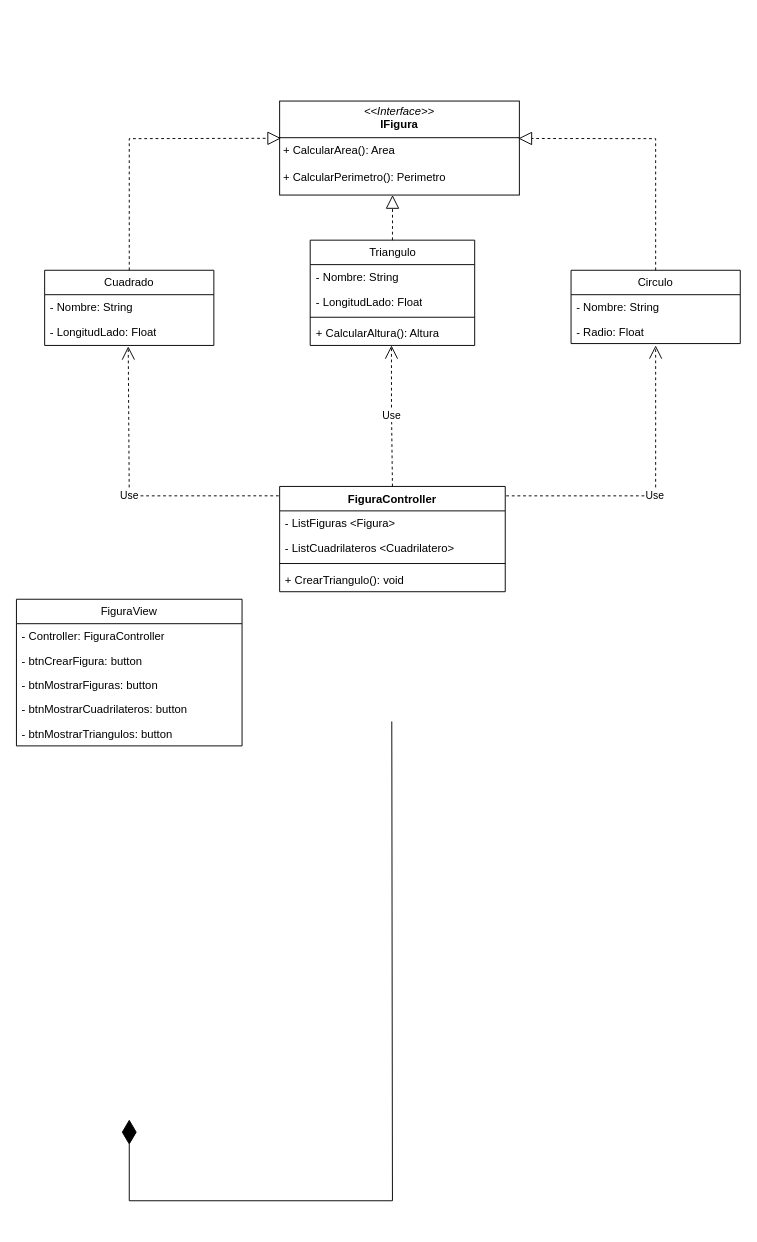
Earlier version of the draw.io diagram Copia de Diagrama sin título.drawio (Francisco-Galea/Diagramas-y-Otros). Source tidied: cells renumbered, new cells numbered last; positions are measured from the earlier drawing's top-left corner, leaving out a move shared by most shapes. Both pictures are drawn from the tidied source at 94%, with x=0, y=0 at pixel (16, 101).
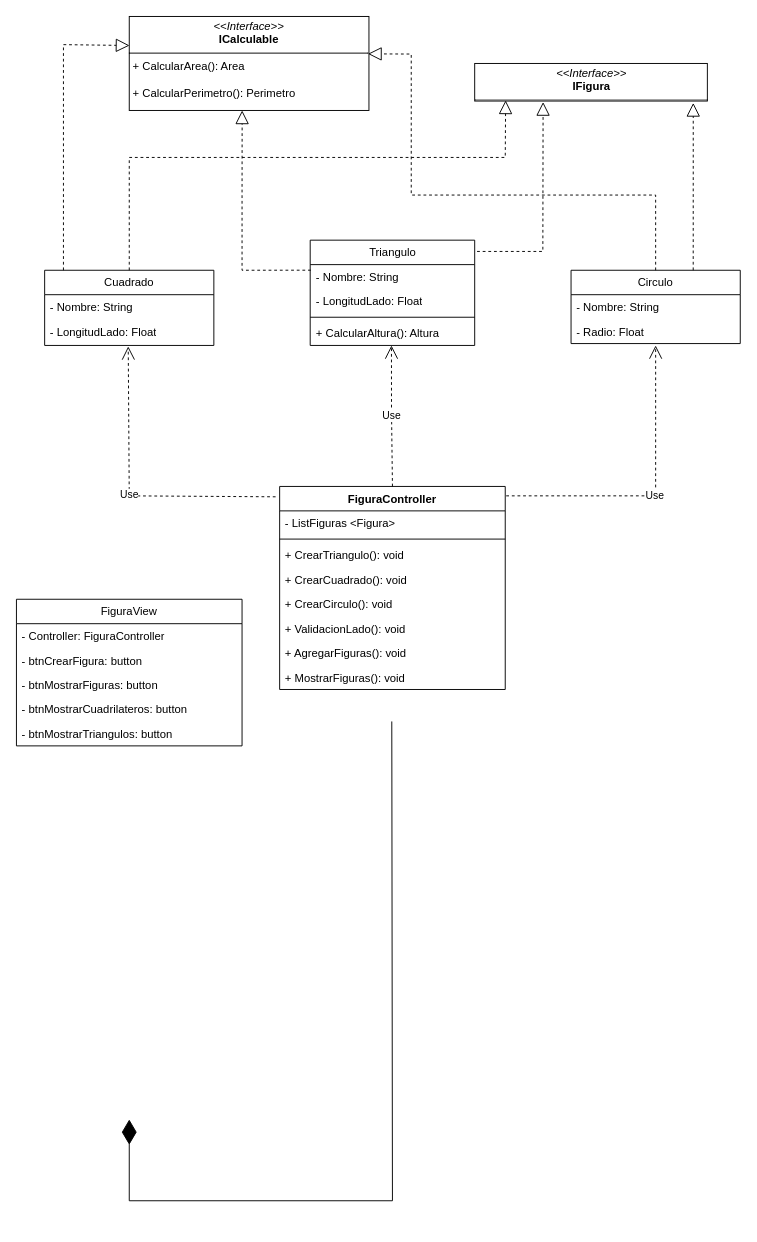
The same diagram, later.

Commit message:
Diseño Figuras EDI3

The change refers to these unchanged cells:
```xml
<mxCell id="2" value="Cuadrado" style="swimlane;fontStyle=0;horizontal=1;startSize=26;fillColor=none;whiteSpace=wrap;html=1;" parent="1" vertex="1">
  <mxGeometry x="30" y="180" width="180" height="80" as="geometry" />
</mxCell>
<mxCell id="5" value="&lt;div&gt;&lt;br&gt;&lt;/div&gt;" style="text;strokeColor=none;fillColor=none;align=left;verticalAlign=top;spacingLeft=4;spacingRight=4;overflow=hidden;points=[[0,0.5],[1,0.5]];portConstraint=eastwest;whiteSpace=wrap;html=1;" parent="2" vertex="1">
  <mxGeometry y="78" width="180" height="2" as="geometry" />
</mxCell>
<mxCell id="6" value="Triangulo" style="swimlane;fontStyle=0;horizontal=1;startSize=26;fillColor=none;whiteSpace=wrap;html=1;" parent="1" vertex="1">
  <mxGeometry x="312.5" y="148" width="175" height="112" as="geometry" />
</mxCell>
<mxCell id="7" value="- Nombre&lt;span style=&quot;background-color: initial;&quot;&gt;: String&lt;/span&gt;&lt;div&gt;&lt;div&gt;&lt;br&gt;&lt;/div&gt;&lt;/div&gt;" style="text;strokeColor=none;fillColor=none;align=left;verticalAlign=top;spacingLeft=4;spacingRight=4;overflow=hidden;points=[[0,0.5],[1,0.5]];portConstraint=eastwest;whiteSpace=wrap;html=1;" parent="6" vertex="1">
  <mxGeometry y="26" width="175" height="26" as="geometry" />
</mxCell>
<mxCell id="11" value="Circulo" style="swimlane;fontStyle=0;horizontal=1;startSize=26;fillColor=none;whiteSpace=wrap;html=1;" parent="1" vertex="1">
  <mxGeometry x="590" y="180" width="180" height="78" as="geometry" />
</mxCell>
```

Diff of the diagram source:
```diff
@@
-    <mxCell id="14" value="&lt;p style=&quot;margin:0px;margin-top:4px;text-align:center;&quot;&gt;&lt;i&gt;&amp;lt;&amp;lt;Interface&amp;gt;&amp;gt;&lt;/i&gt;&lt;br&gt;&lt;b&gt;IFigura&lt;/b&gt;&lt;/p&gt;&lt;hr size=&quot;1&quot; style=&quot;border-style:solid;&quot;&gt;&lt;p style=&quot;margin:0px;margin-left:4px;&quot;&gt;+ CalcularArea(): Area&lt;/p&gt;&lt;p style=&quot;margin:0px;margin-left:4px;&quot;&gt;&amp;nbsp;&lt;br&gt;+ CalcularPerimetro(): Perimetro&lt;/p&gt;" style="verticalAlign=top;align=left;overflow=fill;html=1;whiteSpace=wrap;" parent="1" vertex="1">
-      <mxGeometry x="280" width="255" height="100" as="geometry" />
+    <mxCell id="14" value="&lt;p style=&quot;margin:0px;margin-top:4px;text-align:center;&quot;&gt;&lt;i&gt;&amp;lt;&amp;lt;Interface&amp;gt;&amp;gt;&lt;/i&gt;&lt;br&gt;&lt;b&gt;ICalculable&lt;/b&gt;&lt;/p&gt;&lt;hr size=&quot;1&quot; style=&quot;border-style:solid;&quot;&gt;&lt;p style=&quot;margin:0px;margin-left:4px;&quot;&gt;+ CalcularArea(): Area&lt;/p&gt;&lt;p style=&quot;margin:0px;margin-left:4px;&quot;&gt;&amp;nbsp;&lt;br&gt;+ CalcularPerimetro(): Perimetro&lt;/p&gt;" style="verticalAlign=top;align=left;overflow=fill;html=1;whiteSpace=wrap;" parent="1" vertex="1">
+      <mxGeometry x="120" y="-90" width="255" height="100" as="geometry" />
     </mxCell>
-    <mxCell id="15" style="endArrow=block;dashed=1;endFill=0;endSize=12;html=1;rounded=0;entryX=0.471;entryY=1;entryDx=0;entryDy=0;exitX=0.5;exitY=0;exitDx=0;exitDy=0;entryPerimeter=0;" parent="1" edge="1" source="6" target="14">
-      <mxGeometry relative="1" as="geometry" />
+    <mxCell id="15" style="endArrow=block;dashed=1;endFill=0;endSize=12;html=1;rounded=0;entryX=0.471;entryY=1;entryDx=0;entryDy=0;exitX=0.004;exitY=0.228;exitDx=0;exitDy=0;entryPerimeter=0;exitPerimeter=0;" parent="1" edge="1" source="7" target="14">
+      <mxGeometry relative="1" as="geometry">
+        <Array as="points">
+          <mxPoint x="240" y="180" />
+          <mxPoint x="240" y="100" />
+        </Array>
+      </mxGeometry>
     </mxCell>
-    <mxCell id="16" style="endArrow=block;dashed=1;endFill=0;endSize=12;html=1;rounded=0;entryX=0.006;entryY=0.396;entryDx=0;entryDy=0;entryPerimeter=0;" parent="1" edge="1" target="14">
+    <mxCell id="16" style="endArrow=block;dashed=1;endFill=0;endSize=12;html=1;rounded=0;entryX=0.001;entryY=0.309;entryDx=0;entryDy=0;entryPerimeter=0;" parent="1" edge="1" target="14">
       <mxGeometry relative="1" as="geometry">
-        <mxPoint x="120" y="180" as="sourcePoint" />
+        <mxPoint x="50" y="180" as="sourcePoint" />
         <Array as="points">
-          <mxPoint x="120" y="40" />
+          <mxPoint x="50" y="-60" />
         </Array>
       </mxGeometry>
     </mxCell>
     <mxCell id="17" style="endArrow=block;dashed=1;endFill=0;endSize=12;html=1;rounded=0;entryX=0.996;entryY=0.398;entryDx=0;entryDy=0;entryPerimeter=0;" parent="1" edge="1" target="14">
       <mxGeometry relative="1" as="geometry">
         <mxPoint x="680" y="180" as="sourcePoint" />
         <Array as="points">
-          <mxPoint x="680" y="40" />
+          <mxPoint x="680" y="100" />
+          <mxPoint x="420" y="100" />
+          <mxPoint x="420" y="-50" />
         </Array>
       </mxGeometry>
     </mxCell>
     <mxCell id="18" value="FiguraController&lt;div&gt;&lt;br&gt;&lt;/div&gt;" style="swimlane;fontStyle=1;align=center;verticalAlign=top;horizontal=1;startSize=26;whiteSpace=wrap;html=1;" parent="1" vertex="1">
-      <mxGeometry x="280" y="410" width="240" height="112" as="geometry" />
+      <mxGeometry x="280" y="410" width="240" height="216" as="geometry" />
     </mxCell>
@@
-    <mxCell id="20" value="- ListCuadrilateros &amp;lt;Cuadrilatero&amp;gt;" style="text;strokeColor=none;fillColor=none;align=left;verticalAlign=top;spacingLeft=4;spacingRight=4;overflow=hidden;whiteSpace=wrap;html=1;" parent="18" vertex="1">
-      <mxGeometry y="52" width="240" height="26" as="geometry" />
-    </mxCell>
     <mxCell id="21" style="line;strokeWidth=1;fillColor=none;align=left;verticalAlign=middle;spacingTop=-1;spacingLeft=3;spacingRight=3;labelPosition=right;strokeColor=inherit;" parent="18" vertex="1">
-      <mxGeometry y="78" width="240" height="8" as="geometry" />
+      <mxGeometry y="52" width="240" height="8" as="geometry" />
     </mxCell>
     <mxCell id="22" value="+ CrearTriangulo(): void" style="text;strokeColor=none;fillColor=none;align=left;verticalAlign=top;spacingLeft=4;spacingRight=4;overflow=hidden;whiteSpace=wrap;html=1;" parent="18" vertex="1">
-      <mxGeometry y="86" width="240" height="26" as="geometry" />
+      <mxGeometry y="60" width="240" height="26" as="geometry" />
     </mxCell>
+    <mxCell id="33" value="+ CrearCuadrado(): void&lt;div&gt;&lt;br&gt;&lt;/div&gt;" style="text;strokeColor=none;fillColor=none;align=left;verticalAlign=top;spacingLeft=4;spacingRight=4;overflow=hidden;whiteSpace=wrap;html=1;" parent="18" vertex="1">
+      <mxGeometry y="86" width="240" height="26" as="geometry" />
+    </mxCell>
+    <mxCell id="34" value="+ CrearCirculo(): void&lt;div&gt;&lt;br&gt;&lt;/div&gt;" style="text;strokeColor=none;fillColor=none;align=left;verticalAlign=top;spacingLeft=4;spacingRight=4;overflow=hidden;whiteSpace=wrap;html=1;" parent="18" vertex="1">
+      <mxGeometry y="112" width="240" height="26" as="geometry" />
+    </mxCell>
+    <mxCell id="35" value="+ ValidacionLado(): void&lt;div&gt;&lt;br&gt;&lt;/div&gt;" style="text;strokeColor=none;fillColor=none;align=left;verticalAlign=top;spacingLeft=4;spacingRight=4;overflow=hidden;whiteSpace=wrap;html=1;" parent="18" vertex="1">
+      <mxGeometry y="138" width="240" height="26" as="geometry" />
+    </mxCell>
+    <mxCell id="36" value="+ AgregarFiguras(): void&lt;div&gt;&lt;br&gt;&lt;/div&gt;" style="text;strokeColor=none;fillColor=none;align=left;verticalAlign=top;spacingLeft=4;spacingRight=4;overflow=hidden;whiteSpace=wrap;html=1;" parent="18" vertex="1">
+      <mxGeometry y="164" width="240" height="26" as="geometry" />
+    </mxCell>
+    <mxCell id="37" value="+ MostrarFiguras(): void&lt;div&gt;&lt;br&gt;&lt;/div&gt;" style="text;strokeColor=none;fillColor=none;align=left;verticalAlign=top;spacingLeft=4;spacingRight=4;overflow=hidden;whiteSpace=wrap;html=1;" parent="18" vertex="1">
+      <mxGeometry y="190" width="240" height="26" as="geometry" />
+    </mxCell>
-    <mxCell id="23" value="Use" style="endArrow=open;endSize=12;dashed=1;html=1;rounded=0;entryX=0.494;entryY=1.5;entryDx=0;entryDy=0;entryPerimeter=0;exitX=-0.004;exitY=0.089;exitDx=0;exitDy=0;exitPerimeter=0;" parent="1" edge="1" source="18" target="5">
+    <mxCell id="23" value="Use" style="endArrow=open;endSize=12;dashed=1;html=1;rounded=0;entryX=0.494;entryY=1.5;entryDx=0;entryDy=0;entryPerimeter=0;exitX=-0.018;exitY=0.051;exitDx=0;exitDy=0;exitPerimeter=0;" parent="1" edge="1" source="18" target="5">
       <mxGeometry relative="1" as="geometry">
         <Array as="points">
           <mxPoint x="120" y="420" />
         </Array>
       </mxGeometry>
     </mxCell>
@@
+    <mxCell id="38" value="&lt;p style=&quot;margin:0px;margin-top:4px;text-align:center;&quot;&gt;&lt;i&gt;&amp;lt;&amp;lt;Interface&amp;gt;&amp;gt;&lt;/i&gt;&lt;br&gt;&lt;b&gt;IFigura&lt;/b&gt;&lt;/p&gt;&lt;hr size=&quot;1&quot; style=&quot;border-style:solid;&quot;&gt;&lt;p style=&quot;margin:0px;margin-left:4px;&quot;&gt;&lt;br&gt;&lt;/p&gt;" style="verticalAlign=top;align=left;overflow=fill;html=1;whiteSpace=wrap;" parent="1" vertex="1">
+      <mxGeometry x="487.5" y="-40" width="247.5" height="40" as="geometry" />
+    </mxCell>
+    <mxCell id="39" style="endArrow=block;dashed=1;endFill=0;endSize=12;html=1;rounded=0;exitX=0.5;exitY=0;exitDx=0;exitDy=0;entryX=0.133;entryY=0.983;entryDx=0;entryDy=0;entryPerimeter=0;" parent="1" edge="1" source="2" target="38">
+      <mxGeometry relative="1" as="geometry">
+        <Array as="points">
+          <mxPoint x="120" y="60" />
+          <mxPoint x="520" y="60" />
+        </Array>
+      </mxGeometry>
+    </mxCell>
+    <mxCell id="40" style="endArrow=block;dashed=1;endFill=0;endSize=12;html=1;rounded=0;entryX=0.294;entryY=1.026;entryDx=0;entryDy=0;entryPerimeter=0;" parent="1" edge="1" target="38">
+      <mxGeometry relative="1" as="geometry">
+        <mxPoint x="490" y="160" as="sourcePoint" />
+        <Array as="points">
+          <mxPoint x="560" y="160" />
+        </Array>
+      </mxGeometry>
+    </mxCell>
+    <mxCell id="41" style="endArrow=block;dashed=1;endFill=0;endSize=12;html=1;rounded=0;exitX=0.722;exitY=0;exitDx=0;exitDy=0;exitPerimeter=0;" parent="1" edge="1" source="11">
+      <mxGeometry relative="1" as="geometry">
+        <mxPoint x="720" y="2" as="targetPoint" />
+      </mxGeometry>
+    </mxCell>
```
